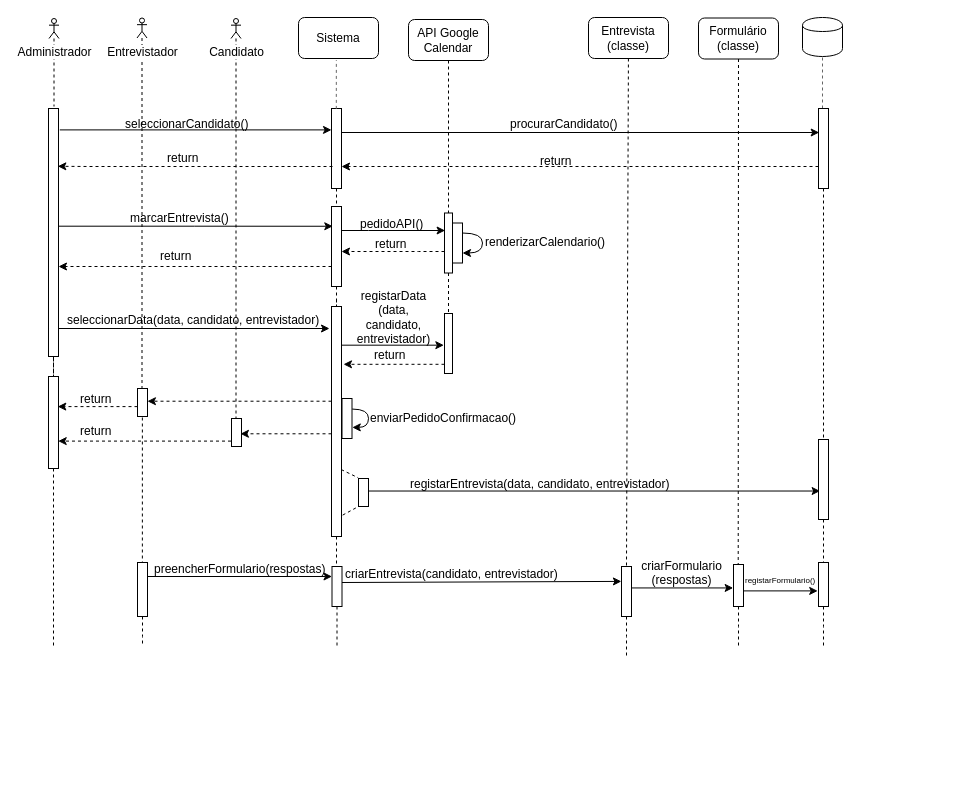
Above: projeto/Docs/Diagrama de Sequência - entrevista.drawio in blestonbandeira/grs (draw.io), before the change. Source tidied: cells renumbered, new cells numbered last; positions are measured from the earlier drawing's top-left corner, leaving out a move shared by most shapes. Both pictures are drawn from the tidied source at 100%, with x=0, y=0 at pixel (48, 17).
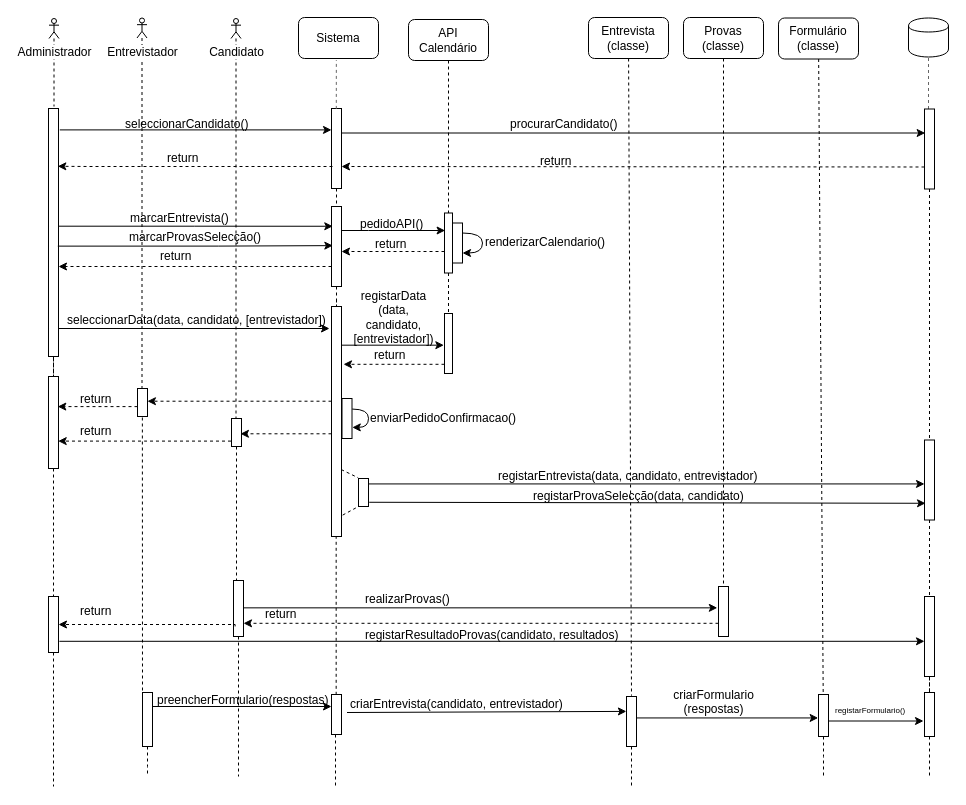
Above is the later version.

Unchanged cells that the change refers to:
```xml
<mxCell id="6" style="html=1;points=[];perimeter=orthogonalPerimeter;gradientColor=none;" parent="1" vertex="1">
  <mxGeometry y="91" width="10" height="248" as="geometry" />
</mxCell>
<mxCell id="33" style="html=1;points=[];perimeter=orthogonalPerimeter;gradientColor=none;" parent="1" vertex="1">
  <mxGeometry x="283" y="189" width="10" height="80" as="geometry" />
</mxCell>
<mxCell id="46" style="html=1;points=[];perimeter=orthogonalPerimeter;gradientColor=none;" parent="1" vertex="1">
  <mxGeometry x="283" y="289" width="10" height="230" as="geometry" />
</mxCell>
<mxCell id="59" style="html=1;points=[];perimeter=orthogonalPerimeter;" parent="1" vertex="1">
  <mxGeometry x="183" y="401" width="10" height="28" as="geometry" />
</mxCell>
<mxCell id="63" style="html=1;points=[];perimeter=orthogonalPerimeter;" parent="1" vertex="1">
  <mxGeometry x="310" y="461" width="10" height="28" as="geometry" />
</mxCell>
<mxCell id="94" style="html=1;points=[];perimeter=orthogonalPerimeter;" parent="1" vertex="1">
  <mxGeometry y="359" width="10" height="92" as="geometry" />
</mxCell>
```

The edit, as a diff of the source:
```diff
@@
     <mxCell id="9" style="endArrow=none;dashed=1;html=1;strokeColor=#666666;entryX=0.5;entryY=1;entryDx=0;entryDy=0;" parent="1" edge="1" target="26">
       <mxGeometry relative="1" as="geometry">
-        <mxPoint x="774" y="91" as="sourcePoint" />
+        <mxPoint x="880" y="91.5" as="sourcePoint" />
       </mxGeometry>
     </mxCell>
@@
-    <mxCell id="19" value="API Google Calendar" style="rounded=1;whiteSpace=wrap;html=1;" parent="1" vertex="1">
+    <mxCell id="19" value="API Calendário" style="rounded=1;whiteSpace=wrap;html=1;" parent="1" vertex="1">
       <mxGeometry x="360" y="2" width="80" height="41" as="geometry" />
     </mxCell>
@@
     <mxCell id="26" style="shape=cylinder;whiteSpace=wrap;html=1;boundedLbl=1;backgroundOutline=1;" parent="1" vertex="1">
-      <mxGeometry x="754" width="40" height="39" as="geometry" />
+      <mxGeometry x="860" y="0.5" width="40" height="39" as="geometry" />
     </mxCell>
@@
-    <mxCell id="45" style="edgeStyle=none;rounded=0;jettySize=auto;html=1;dashed=1;endArrow=none;endFill=0;" parent="1" edge="1" source="46" target="75">
+    <mxCell id="45" style="edgeStyle=none;rounded=0;jettySize=auto;html=1;dashed=1;endArrow=none;endFill=0;exitX=0.467;exitY=0.997;exitDx=0;exitDy=0;exitPerimeter=0;" parent="1" edge="1" source="46" target="75">
       <mxGeometry relative="1" as="geometry" />
     </mxCell>
@@
-    <mxCell id="47" value="seleccionarData(data, candidato, entrevistador)" style="text;html=1;align=left;verticalAlign=top;spacingTop=-4;" parent="1" vertex="1">
+    <mxCell id="47" value="seleccionarData(data, candidato, [entrevistador])" style="text;html=1;align=left;verticalAlign=top;spacingTop=-4;" parent="1" vertex="1">
       <mxGeometry x="16.5" y="293" width="270" height="20" as="geometry" />
     </mxCell>
@@
-    <mxCell id="50" value="registarData&lt;br&gt;(data, &lt;br&gt;candidato, &lt;br&gt;entrevistador)" style="text;html=1;align=center;verticalAlign=top;spacingTop=-4;" parent="1" vertex="1">
-      <mxGeometry x="299.5" y="269" width="90" height="60" as="geometry" />
+    <mxCell id="50" value="registarData&lt;br&gt;(data, &lt;br&gt;candidato, &lt;br&gt;[entrevistador])" style="text;html=1;align=center;verticalAlign=top;spacingTop=-4;" parent="1" vertex="1">
+      <mxGeometry x="294.5" y="269" width="100" height="60" as="geometry" />
     </mxCell>
@@
-    <mxCell id="62" style="edgeStyle=none;rounded=0;jettySize=auto;html=1;entryX=0.162;entryY=0.644;entryDx=0;entryDy=0;entryPerimeter=0;endArrow=classic;endFill=1;" parent="1" edge="1" source="63" target="69">
+    <mxCell id="62" style="edgeStyle=none;rounded=0;jettySize=auto;html=1;endArrow=classic;endFill=1;exitX=0.989;exitY=0.194;exitDx=0;exitDy=0;exitPerimeter=0;" parent="1" edge="1" source="63" target="69">
       <mxGeometry relative="1" as="geometry" />
     </mxCell>
@@
     <mxCell id="67" style="html=1;points=[];perimeter=orthogonalPerimeter;gradientColor=none;" parent="1" vertex="1">
-      <mxGeometry x="770" y="91" width="10" height="80" as="geometry" />
+      <mxGeometry x="876" y="91.5" width="10" height="80" as="geometry" />
     </mxCell>
-    <mxCell id="68" style="edgeStyle=orthogonalEdgeStyle;rounded=0;jettySize=auto;html=1;dashed=1;endArrow=none;endFill=0;" parent="1" edge="1" source="69" target="85">
+    <mxCell id="68" style="edgeStyle=orthogonalEdgeStyle;rounded=0;jettySize=auto;html=1;dashed=1;endArrow=none;endFill=0;" parent="1" edge="1" source="107" target="85">
       <mxGeometry relative="1" as="geometry" />
     </mxCell>
     <mxCell id="69" style="html=1;points=[];perimeter=orthogonalPerimeter;gradientColor=none;" parent="1" vertex="1">
-      <mxGeometry x="770" y="422" width="10" height="80" as="geometry" />
+      <mxGeometry x="876" y="422.5" width="10" height="80" as="geometry" />
     </mxCell>
     <mxCell id="70" value="registarEntrevista(data, candidato, entrevistador)" style="text;html=1;align=left;verticalAlign=top;spacingTop=-4;" parent="1" vertex="1">
-      <mxGeometry x="360" y="457" width="270" height="20" as="geometry" />
+      <mxGeometry x="448" y="449" width="270" height="20" as="geometry" />
     </mxCell>
     <mxCell id="71" style="edgeStyle=none;rounded=0;jettySize=auto;html=1;endArrow=classic;endFill=1;" parent="1" edge="1" source="73" target="75">
       <mxGeometry relative="1" as="geometry">
         <Array as="points">
-          <mxPoint x="250" y="559" />
+          <mxPoint x="255" y="689" />
         </Array>
       </mxGeometry>
     </mxCell>
     <mxCell id="72" style="edgeStyle=orthogonalEdgeStyle;rounded=0;jettySize=auto;html=1;dashed=1;endArrow=none;endFill=0;" parent="1" edge="1" source="73">
       <mxGeometry relative="1" as="geometry">
-        <mxPoint x="94" y="629" as="targetPoint" />
+        <mxPoint x="99" y="759" as="targetPoint" />
       </mxGeometry>
     </mxCell>
     <mxCell id="73" style="html=1;points=[];perimeter=orthogonalPerimeter;" parent="1" vertex="1">
-      <mxGeometry x="89" y="545" width="10" height="54" as="geometry" />
+      <mxGeometry x="94" y="675" width="10" height="54" as="geometry" />
     </mxCell>
     <mxCell id="74" style="edgeStyle=orthogonalEdgeStyle;rounded=0;jettySize=auto;html=1;dashed=1;endArrow=none;endFill=0;" parent="1" edge="1" source="75">
       <mxGeometry relative="1" as="geometry">
-        <mxPoint x="288.5" y="629" as="targetPoint" />
+        <mxPoint x="287" y="769" as="targetPoint" />
+        <Array as="points">
+          <mxPoint x="287" y="738" />
+          <mxPoint x="287" y="759" />
+        </Array>
       </mxGeometry>
     </mxCell>
     <mxCell id="75" style="html=1;points=[];perimeter=orthogonalPerimeter;" parent="1" vertex="1">
-      <mxGeometry x="283.5" y="549" width="10" height="40" as="geometry" />
+      <mxGeometry x="283" y="677" width="10" height="40" as="geometry" />
     </mxCell>
     <mxCell id="76" style="edgeStyle=none;rounded=0;orthogonalLoop=1;jettySize=auto;html=1;endArrow=classic;endFill=1;entryX=-0.005;entryY=0.322;entryDx=0;entryDy=0;entryPerimeter=0;" parent="1" edge="1">
       <mxGeometry relative="1" as="geometry">
-        <mxPoint x="293.5" y="565" as="sourcePoint" />
-        <mxPoint x="572.9" y="563.9" as="targetPoint" />
+        <mxPoint x="298.5" y="695" as="sourcePoint" />
+        <mxPoint x="577.9" y="693.9" as="targetPoint" />
       </mxGeometry>
     </mxCell>
     <mxCell id="77" value="preencherFormulario(respostas)" style="text;html=1;align=left;verticalAlign=top;spacingTop=-4;" parent="1" vertex="1">
-      <mxGeometry x="103.5" y="542" width="190" height="20" as="geometry" />
+      <mxGeometry x="107" y="673" width="190" height="20" as="geometry" />
     </mxCell>
@@
     <mxCell id="81" style="edgeStyle=orthogonalEdgeStyle;rounded=0;jettySize=auto;html=1;dashed=1;endArrow=none;endFill=0;" parent="1" edge="1" source="82">
       <mxGeometry relative="1" as="geometry">
-        <mxPoint x="578" y="639" as="targetPoint" />
+        <mxPoint x="583" y="769" as="targetPoint" />
       </mxGeometry>
     </mxCell>
     <mxCell id="82" style="html=1;points=[];perimeter=orthogonalPerimeter;" parent="1" vertex="1">
-      <mxGeometry x="573" y="549" width="10" height="50" as="geometry" />
+      <mxGeometry x="578" y="679" width="10" height="50" as="geometry" />
     </mxCell>
     <mxCell id="83" value="criarEntrevista(candidato, entrevistador)" style="text;html=1;align=left;verticalAlign=top;spacingTop=-4;" parent="1" vertex="1">
-      <mxGeometry x="295" y="547" width="230" height="20" as="geometry" />
+      <mxGeometry x="300" y="677" width="230" height="20" as="geometry" />
     </mxCell>
     <mxCell id="84" style="edgeStyle=orthogonalEdgeStyle;rounded=0;jettySize=auto;html=1;dashed=1;endArrow=none;endFill=0;" parent="1" edge="1" source="85">
       <mxGeometry relative="1" as="geometry">
-        <mxPoint x="775" y="629" as="targetPoint" />
+        <mxPoint x="881" y="759" as="targetPoint" />
+        <Array as="points">
+          <mxPoint x="881" y="759" />
+        </Array>
       </mxGeometry>
     </mxCell>
     <mxCell id="85" style="html=1;points=[];perimeter=orthogonalPerimeter;" parent="1" vertex="1">
-      <mxGeometry x="770" y="545" width="10" height="44" as="geometry" />
+      <mxGeometry x="876" y="675" width="10" height="44" as="geometry" />
     </mxCell>
@@
     <mxCell id="87" value="Formulário&lt;br&gt;(classe)" style="rounded=1;whiteSpace=wrap;html=1;" parent="1" vertex="1">
-      <mxGeometry x="650" y="0.5" width="80" height="41" as="geometry" />
+      <mxGeometry x="730" y="0.5" width="80" height="41" as="geometry" />
     </mxCell>
-    <mxCell id="88" style="edgeStyle=none;rounded=0;orthogonalLoop=1;jettySize=auto;html=1;endArrow=classic;endFill=1;entryX=-0.077;entryY=0.561;entryDx=0;entryDy=0;entryPerimeter=0;" parent="1" edge="1">
-      <mxGeometry relative="1" as="geometry">
-        <mxPoint x="695" y="573.4" as="sourcePoint" />
-        <mxPoint x="769.2" y="573.4" as="targetPoint" />
-      </mxGeometry>
+    <mxCell id="88" style="edgeStyle=none;rounded=0;jettySize=auto;html=1;endArrow=classic;endFill=1;entryX=-0.1;entryY=0.648;entryDx=0;entryDy=0;entryPerimeter=0;" parent="1" edge="1" source="90" target="85">
+      <mxGeometry relative="1" as="geometry" />
     </mxCell>
     <mxCell id="89" style="edgeStyle=orthogonalEdgeStyle;rounded=0;jettySize=auto;html=1;dashed=1;endArrow=none;endFill=0;" parent="1" edge="1" source="90">
       <mxGeometry relative="1" as="geometry">
-        <mxPoint x="690" y="629" as="targetPoint" />
+        <mxPoint x="775" y="759" as="targetPoint" />
       </mxGeometry>
     </mxCell>
     <mxCell id="90" style="html=1;points=[];perimeter=orthogonalPerimeter;" parent="1" vertex="1">
-      <mxGeometry x="685" y="547" width="10" height="42" as="geometry" />
+      <mxGeometry x="770" y="677" width="10" height="42" as="geometry" />
     </mxCell>
     <mxCell id="91" value="criarFormulario&lt;br&gt;(respostas)" style="text;html=1;align=center;verticalAlign=top;spacingTop=-4;" parent="1" vertex="1">
-      <mxGeometry x="583" y="539" width="100" height="30" as="geometry" />
+      <mxGeometry x="615" y="668" width="100" height="30" as="geometry" />
     </mxCell>
     <mxCell id="92" value="&lt;font style=&quot;font-size: 8px&quot;&gt;&lt;font style=&quot;font-size: 8px&quot;&gt;registarFormulario&lt;/font&gt;()&lt;/font&gt;" style="text;html=1;align=left;verticalAlign=top;spacingTop=-4;" parent="1" vertex="1">
-      <mxGeometry x="695" y="552" width="90" height="20" as="geometry" />
+      <mxGeometry x="785" y="682" width="90" height="20" as="geometry" />
     </mxCell>
-    <mxCell id="93" style="edgeStyle=orthogonalEdgeStyle;rounded=0;jettySize=auto;html=1;endArrow=none;endFill=0;dashed=1;" parent="1" edge="1" source="94">
-      <mxGeometry relative="1" as="geometry">
-        <mxPoint x="5" y="629" as="targetPoint" />
-      </mxGeometry>
+    <mxCell id="93" style="edgeStyle=orthogonalEdgeStyle;rounded=0;jettySize=auto;html=1;endArrow=none;endFill=0;dashed=1;" parent="1" edge="1" source="94" target="110">
+      <mxGeometry relative="1" as="geometry" />
     </mxCell>
@@
+    <mxCell id="95" style="edgeStyle=orthogonalEdgeStyle;rounded=0;jettySize=auto;html=1;exitX=0.933;exitY=0.555;exitDx=0;exitDy=0;exitPerimeter=0;entryX=0.133;entryY=0.489;entryDx=0;entryDy=0;entryPerimeter=0;" parent="1" edge="1" source="6" target="33">
+      <mxGeometry relative="1" as="geometry">
+        <Array as="points">
+          <mxPoint x="170" y="229" />
+        </Array>
+      </mxGeometry>
+    </mxCell>
+    <mxCell id="96" value="marcarProvasSelecção()" style="text;html=1;align=left;verticalAlign=top;spacingTop=-4;" parent="1" vertex="1">
+      <mxGeometry x="78.5" y="210" width="150" height="20" as="geometry" />
+    </mxCell>
+    <mxCell id="97" style="edgeStyle=none;rounded=0;jettySize=auto;html=1;endArrow=classic;endFill=1;exitX=1.072;exitY=0.849;exitDx=0;exitDy=0;exitPerimeter=0;entryX=0.103;entryY=0.791;entryDx=0;entryDy=0;entryPerimeter=0;" parent="1" edge="1" source="63" target="69">
+      <mxGeometry relative="1" as="geometry" />
+    </mxCell>
+    <mxCell id="98" value="registarProvaSelecção(data, candidato)" style="text;html=1;align=left;verticalAlign=top;spacingTop=-4;" parent="1" vertex="1">
+      <mxGeometry x="483" y="469" width="230" height="20" as="geometry" />
+    </mxCell>
+    <mxCell id="99" value="Provas&lt;br&gt;(classe)" style="rounded=1;whiteSpace=wrap;html=1;" parent="1" vertex="1">
+      <mxGeometry x="635" width="80" height="41" as="geometry" />
+    </mxCell>
+    <mxCell id="100" style="edgeStyle=none;rounded=0;jettySize=auto;html=1;endArrow=none;endFill=0;dashed=1;exitX=0.5;exitY=1;exitDx=0;exitDy=0;" parent="1" edge="1" source="99" target="101">
+      <mxGeometry relative="1" as="geometry" />
+    </mxCell>
+    <mxCell id="101" style="html=1;points=[];perimeter=orthogonalPerimeter;" parent="1" vertex="1">
+      <mxGeometry x="670" y="569" width="10" height="50" as="geometry" />
+    </mxCell>
+    <mxCell id="102" style="edgeStyle=none;rounded=0;jettySize=auto;html=1;endArrow=classic;endFill=1;entryX=-0.117;entryY=0.427;entryDx=0;entryDy=0;entryPerimeter=0;" parent="1" edge="1" source="105" target="101">
+      <mxGeometry relative="1" as="geometry" />
+    </mxCell>
+    <mxCell id="103" value="realizarProvas()" style="text;html=1;" parent="1" vertex="1">
+      <mxGeometry x="315" y="568" width="280" height="30" as="geometry" />
+    </mxCell>
+    <mxCell id="104" style="edgeStyle=none;rounded=0;jettySize=auto;html=1;dashed=1;endArrow=none;endFill=0;" parent="1" edge="1" source="105">
+      <mxGeometry relative="1" as="geometry">
+        <mxPoint x="190" y="759" as="targetPoint" />
+      </mxGeometry>
+    </mxCell>
+    <mxCell id="105" style="html=1;points=[];perimeter=orthogonalPerimeter;" parent="1" vertex="1">
+      <mxGeometry x="185" y="563" width="10" height="56" as="geometry" />
+    </mxCell>
+    <mxCell id="106" style="edgeStyle=none;rounded=0;jettySize=auto;html=1;dashed=1;endArrow=none;endFill=0;" parent="1" edge="1" source="59" target="105">
+      <mxGeometry relative="1" as="geometry" />
+    </mxCell>
+    <mxCell id="107" style="html=1;points=[];perimeter=orthogonalPerimeter;gradientColor=none;" parent="1" vertex="1">
+      <mxGeometry x="876" y="579" width="10" height="80" as="geometry" />
+    </mxCell>
+    <mxCell id="108" style="edgeStyle=orthogonalEdgeStyle;rounded=0;jettySize=auto;html=1;dashed=1;endArrow=none;endFill=0;" parent="1" edge="1" source="69" target="107">
+      <mxGeometry relative="1" as="geometry" />
+    </mxCell>
+    <mxCell id="109" style="edgeStyle=none;rounded=0;orthogonalLoop=1;jettySize=auto;html=1;dashed=1;endArrow=classic;endFill=1;exitX=0;exitY=0.796;exitDx=0;exitDy=0;exitPerimeter=0;" parent="1" edge="1">
+      <mxGeometry relative="1" as="geometry">
+        <mxPoint x="670" y="605.8" as="sourcePoint" />
+        <mxPoint x="195" y="605.8" as="targetPoint" />
+      </mxGeometry>
+    </mxCell>
+    <mxCell id="110" style="html=1;points=[];perimeter=orthogonalPerimeter;" parent="1" vertex="1">
+      <mxGeometry y="579" width="10" height="56" as="geometry" />
+    </mxCell>
+    <mxCell id="111" style="edgeStyle=orthogonalEdgeStyle;rounded=0;jettySize=auto;html=1;dashed=1;endArrow=classic;endFill=1;exitX=0.162;exitY=0.82;exitDx=0;exitDy=0;exitPerimeter=0;" parent="1" edge="1" source="105" target="110">
+      <mxGeometry relative="1" as="geometry">
+        <Array as="points">
+          <mxPoint x="187" y="607" />
+        </Array>
+      </mxGeometry>
+    </mxCell>
+    <mxCell id="112" value="return" style="text;html=1;align=left;verticalAlign=top;spacingTop=-4;" parent="1" vertex="1">
+      <mxGeometry x="30" y="584" width="50" height="20" as="geometry" />
+    </mxCell>
+    <mxCell id="113" value="return" style="text;html=1;align=left;verticalAlign=top;spacingTop=-4;" parent="1" vertex="1">
+      <mxGeometry x="215" y="587" width="50" height="20" as="geometry" />
+    </mxCell>
+    <mxCell id="114" style="edgeStyle=none;rounded=0;orthogonalLoop=1;jettySize=auto;html=1;endArrow=classic;endFill=1;exitX=1.09;exitY=0.764;exitDx=0;exitDy=0;exitPerimeter=0;" parent="1" edge="1">
+      <mxGeometry relative="1" as="geometry">
+        <mxPoint x="10.9" y="623.8" as="sourcePoint" />
+        <mxPoint x="876" y="623.8" as="targetPoint" />
+      </mxGeometry>
+    </mxCell>
+    <mxCell id="115" value="registarResultadoProvas(candidato, resultados)" style="text;html=1;" parent="1" vertex="1">
+      <mxGeometry x="315" y="604" width="280" height="30" as="geometry" />
+    </mxCell>
+    <mxCell id="116" style="edgeStyle=orthogonalEdgeStyle;rounded=0;jettySize=auto;html=1;dashed=1;endArrow=none;endFill=0;" parent="1" edge="1" source="110">
+      <mxGeometry relative="1" as="geometry">
+        <mxPoint x="5" y="769" as="targetPoint" />
+      </mxGeometry>
+    </mxCell>
```
